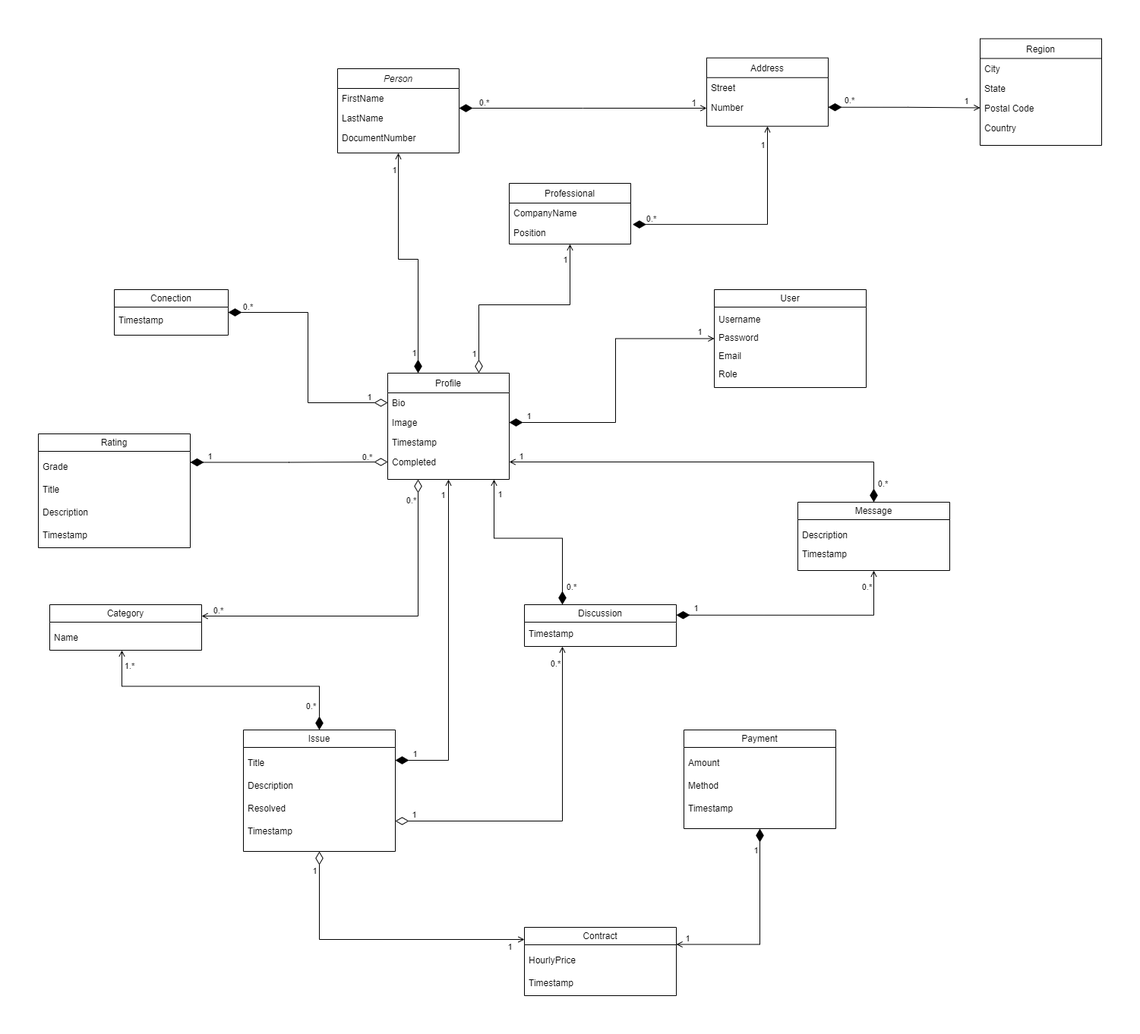
messiasGeovani/specialister-docs keeps this draw.io diagram as assets/diagrams/Class Diagram.png. Above is the earlier version. Source tidied: cells renumbered, new cells last; positions are measured from the earlier drawing's top-left corner, leaving out a move shared by most shapes.
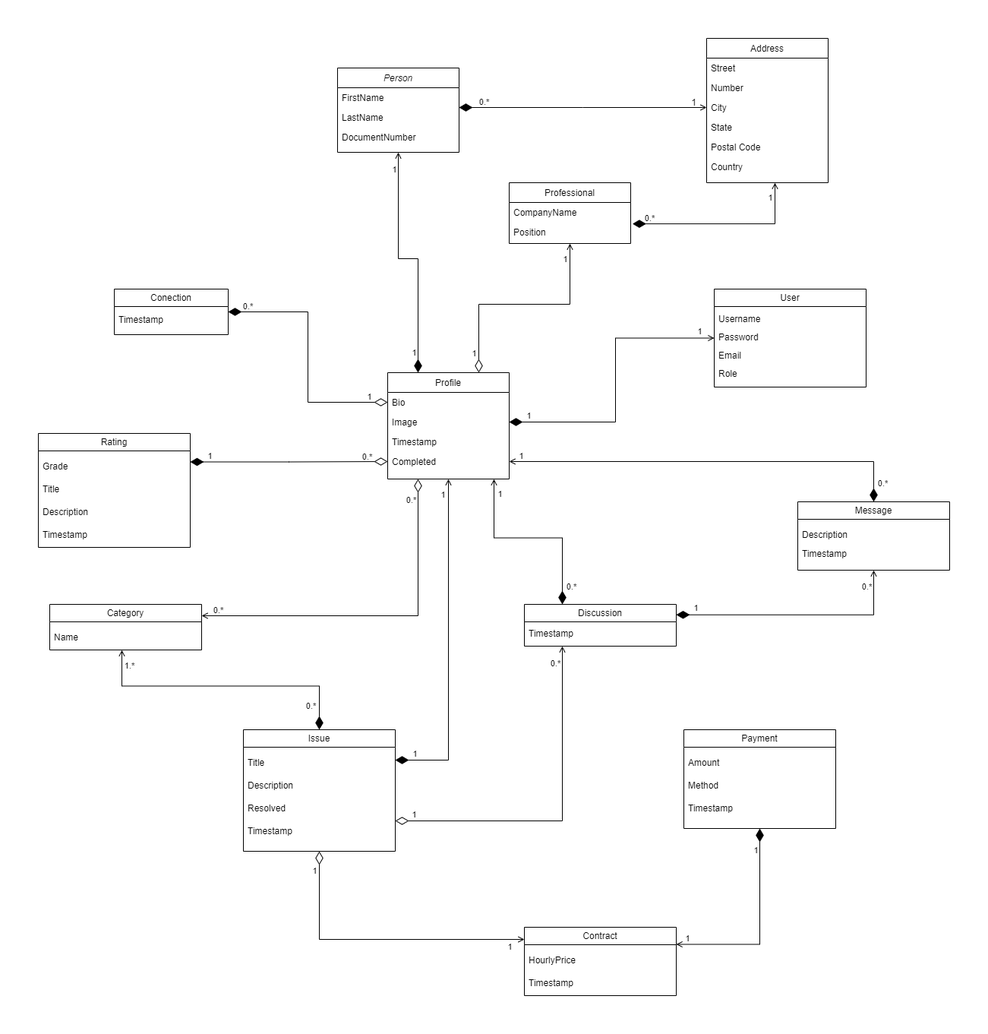
Later version of the same file.

The edit, as a diff of the source:
```diff
@@ -78,7 +78,7 @@
       <mxGeometry y="104" width="160" height="26" as="geometry" />
     </mxCell>
     <mxCell id="23" value="Address" style="swimlane;fontStyle=0;align=center;verticalAlign=top;horizontal=1;startSize=26;rounded=0;shadow=0;strokeWidth=1;" parent="1" vertex="1">
-      <mxGeometry x="880" y="24.8" width="160" height="90" as="geometry" />
+      <mxGeometry x="880" width="160" height="190" as="geometry" />
     </mxCell>
     <mxCell id="24" value="Street" style="text;align=left;verticalAlign=top;spacingLeft=4;spacingRight=4;overflow=hidden;" parent="23" vertex="1">
       <mxGeometry y="26" width="160" height="26" as="geometry" />
@@ -86,9 +86,20 @@
     <mxCell id="25" value="Number" style="text;align=left;verticalAlign=top;spacingLeft=4;spacingRight=4;overflow=hidden;points=[[0,0.5],[1,0.5]];portConstraint=eastwest;" parent="23" vertex="1">
       <mxGeometry y="52" width="160" height="26" as="geometry" />
     </mxCell>
+    <mxCell id="97" value="City" style="text;align=left;verticalAlign=top;spacingLeft=4;spacingRight=4;overflow=hidden;points=[[0,0.5],[1,0.5]];portConstraint=eastwest;rounded=0;shadow=0;html=0;" parent="23" vertex="1">
+      <mxGeometry y="78" width="160" height="26" as="geometry" />
+    </mxCell>
+    <mxCell id="98" value="State" style="text;align=left;verticalAlign=top;spacingLeft=4;spacingRight=4;overflow=hidden;rounded=0;shadow=0;html=0;" parent="23" vertex="1">
+      <mxGeometry y="104" width="160" height="26" as="geometry" />
+    </mxCell>
+    <mxCell id="99" value="Postal Code" style="text;align=left;verticalAlign=top;spacingLeft=4;spacingRight=4;overflow=hidden;points=[[0,0.5],[1,0.5]];portConstraint=eastwest;rounded=0;shadow=0;html=0;" parent="23" vertex="1">
+      <mxGeometry y="130" width="160" height="26" as="geometry" />
+    </mxCell>
+    <mxCell id="100" value="Country" style="text;align=left;verticalAlign=top;spacingLeft=4;spacingRight=4;overflow=hidden;rounded=0;shadow=0;html=0;" parent="23" vertex="1">
+      <mxGeometry y="156" width="160" height="26" as="geometry" />
+    </mxCell>
-    <mxCell id="26" style="endArrow=open;shadow=0;strokeWidth=1;rounded=0;endFill=1;edgeStyle=elbowEdgeStyle;elbow=vertical;fontFamily=Helvetica;entryX=0;entryY=0.5;entryDx=0;entryDy=0;startArrow=diamondThin;startFill=1;startSize=15;" parent="1" edge="1" source="5">
+    <mxCell id="26" style="endArrow=open;shadow=0;strokeWidth=1;rounded=0;endFill=1;edgeStyle=elbowEdgeStyle;elbow=vertical;fontFamily=Helvetica;entryX=0;entryY=0.5;entryDx=0;entryDy=0;startArrow=diamondThin;startFill=1;startSize=15;" parent="1" edge="1" source="5" target="97">
       <mxGeometry x="0.5" y="41" relative="1" as="geometry">
-        <mxPoint x="880" y="91" as="targetPoint" />
         <mxPoint x="-40" y="32" as="offset" />
       </mxGeometry>
     </mxCell>
@@ -102,8 +113,10 @@
         <mxPoint x="13" y="-9" as="offset" />
       </mxGeometry>
     </mxCell>
-    <mxCell id="29" style="edgeStyle=orthogonalEdgeStyle;rounded=0;jettySize=auto;html=1;endArrow=open;endFill=0;exitX=1.015;exitY=1.082;exitDx=0;exitDy=0;exitPerimeter=0;startArrow=diamondThin;startFill=1;startSize=15;entryX=0.5;entryY=1;entryDx=0;entryDy=0;" parent="1" edge="1" source="10" target="23">
-      <mxGeometry relative="1" as="geometry" />
+    <mxCell id="29" style="edgeStyle=orthogonalEdgeStyle;rounded=0;jettySize=auto;html=1;endArrow=open;endFill=0;exitX=1.015;exitY=1.082;exitDx=0;exitDy=0;exitPerimeter=0;startArrow=diamondThin;startFill=1;startSize=15;" parent="1" edge="1" source="10">
+      <mxGeometry relative="1" as="geometry">
+        <mxPoint x="970" y="190" as="targetPoint" />
+      </mxGeometry>
     </mxCell>
     <mxCell id="30" value="1" style="edgeLabel;html=1;align=center;verticalAlign=middle;labelBackgroundColor=none;" parent="29" vertex="1">
       <mxGeometry x="0.82" y="-2" relative="1" as="geometry">
@@ -353,33 +366,5 @@
     <mxCell id="95" value="Timestamp" style="text;html=1;strokeColor=none;fillColor=none;align=left;verticalAlign=top;whiteSpace=wrap;rounded=0;spacingLeft=4;spacingRight=4;" parent="92" vertex="1">
       <mxGeometry y="90" width="200" height="30" as="geometry" />
     </mxCell>
-    <mxCell id="96" value="Region" style="swimlane;fontStyle=0;align=center;verticalAlign=top;horizontal=1;startSize=26;rounded=0;shadow=0;strokeWidth=1;" parent="1" vertex="1">
-      <mxGeometry x="1240" y="-0.5" width="160" height="140.5" as="geometry" />
-    </mxCell>
-    <mxCell id="97" value="City" style="text;align=left;verticalAlign=top;spacingLeft=4;spacingRight=4;overflow=hidden;points=[[0,0.5],[1,0.5]];portConstraint=eastwest;rounded=0;shadow=0;html=0;" parent="96" vertex="1">
-      <mxGeometry y="26" width="160" height="26" as="geometry" />
-    </mxCell>
-    <mxCell id="98" value="State" style="text;align=left;verticalAlign=top;spacingLeft=4;spacingRight=4;overflow=hidden;rounded=0;shadow=0;html=0;" parent="96" vertex="1">
-      <mxGeometry y="52" width="160" height="26" as="geometry" />
-    </mxCell>
-    <mxCell id="99" value="Postal Code" style="text;align=left;verticalAlign=top;spacingLeft=4;spacingRight=4;overflow=hidden;points=[[0,0.5],[1,0.5]];portConstraint=eastwest;rounded=0;shadow=0;html=0;" parent="96" vertex="1">
-      <mxGeometry y="78" width="160" height="26" as="geometry" />
-    </mxCell>
-    <mxCell id="100" value="Country" style="text;align=left;verticalAlign=top;spacingLeft=4;spacingRight=4;overflow=hidden;rounded=0;shadow=0;html=0;" parent="96" vertex="1">
-      <mxGeometry y="104" width="160" height="26" as="geometry" />
-    </mxCell>
-    <mxCell id="101" style="edgeStyle=orthogonalEdgeStyle;rounded=0;jettySize=auto;html=1;exitX=1;exitY=0.5;exitDx=0;exitDy=0;entryX=0;entryY=0.5;entryDx=0;entryDy=0;endArrow=open;endFill=0;startArrow=diamondThin;startFill=1;startSize=15;" parent="1" edge="1" source="25" target="99">
-      <mxGeometry relative="1" as="geometry" />
-    </mxCell>
-    <mxCell id="102" value="0.*" style="edgeLabel;html=1;align=center;verticalAlign=middle;labelBackgroundColor=none;" parent="101" vertex="1">
-      <mxGeometry x="-0.8" y="2" relative="1" as="geometry">
-        <mxPoint x="7" y="-7" as="offset" />
-      </mxGeometry>
-    </mxCell>
-    <mxCell id="103" value="1" style="edgeLabel;html=1;align=center;verticalAlign=middle;labelBackgroundColor=none;" parent="101" vertex="1">
-      <mxGeometry x="0.8" y="3" relative="1" as="geometry">
-        <mxPoint x="1" y="-6" as="offset" />
-      </mxGeometry>
-    </mxCell>
   </root>
 </mxGraphModel>
```
